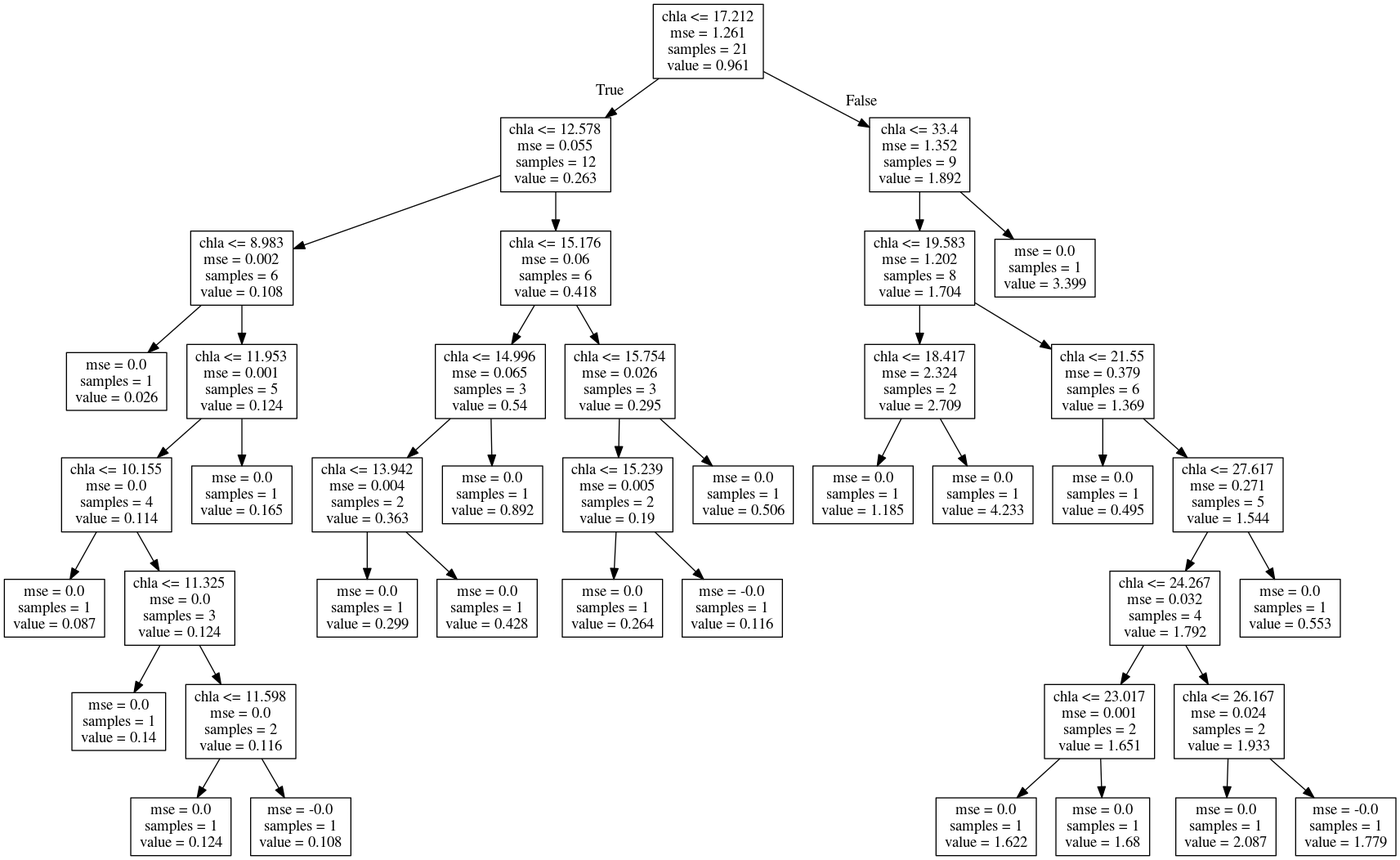
The Graphviz diagram Norway_Morsa/Model_Development/Figures/Discretization_regTrees/aut_Cyano-chla.png in icra/WATExR, before a commit. Its source is kept beside it as Norway_Morsa/Model_Development/Figures/Discretization_regTrees/aut_Cyano-chla.dot.
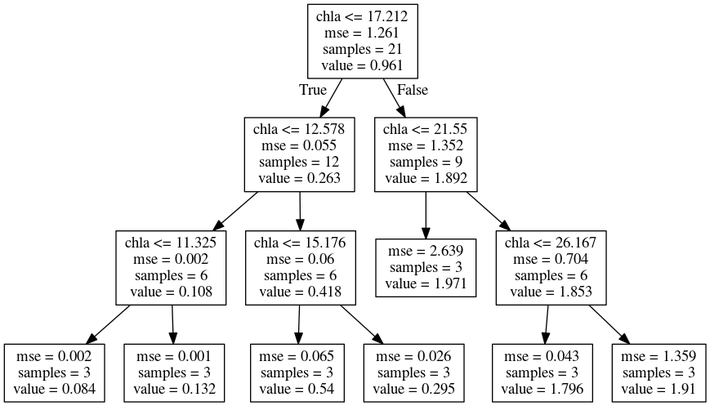
Later version of the same file.

The edit, as a diff of the source:
```diff
@@ -3,82 +3,26 @@
 0 [label="chla <= 17.212\nmse = 1.261\nsamples = 21\nvalue = 0.961"] ;
 1 [label="chla <= 12.578\nmse = 0.055\nsamples = 12\nvalue = 0.263"] ;
 0 -> 1 [labeldistance=2.5, labelangle=45, headlabel="True"] ;
-2 [label="chla <= 8.983\nmse = 0.002\nsamples = 6\nvalue = 0.108"] ;
-1 -> 2 ;
-3 [label="mse = 0.0\nsamples = 1\nvalue = 0.026"] ;
-2 -> 3 ;
-4 [label="chla <= 11.953\nmse = 0.001\nsamples = 5\nvalue = 0.124"] ;
-2 -> 4 ;
-5 [label="chla <= 10.155\nmse = 0.0\nsamples = 4\nvalue = 0.114"] ;
+3 [label="chla <= 11.325\nmse = 0.002\nsamples = 6\nvalue = 0.108"] ;
+1 -> 3 ;
+11 [label="mse = 0.002\nsamples = 3\nvalue = 0.084"] ;
+3 -> 11 ;
+12 [label="mse = 0.001\nsamples = 3\nvalue = 0.132"] ;
+3 -> 12 ;
+4 [label="chla <= 15.176\nmse = 0.06\nsamples = 6\nvalue = 0.418"] ;
+1 -> 4 ;
+5 [label="mse = 0.065\nsamples = 3\nvalue = 0.54"] ;
 4 -> 5 ;
-6 [label="mse = 0.0\nsamples = 1\nvalue = 0.087"] ;
-5 -> 6 ;
-7 [label="chla <= 11.325\nmse = 0.0\nsamples = 3\nvalue = 0.124"] ;
-5 -> 7 ;
-8 [label="mse = 0.0\nsamples = 1\nvalue = 0.14"] ;
-7 -> 8 ;
-9 [label="chla <= 11.598\nmse = 0.0\nsamples = 2\nvalue = 0.116"] ;
-7 -> 9 ;
-10 [label="mse = 0.0\nsamples = 1\nvalue = 0.124"] ;
-9 -> 10 ;
-11 [label="mse = -0.0\nsamples = 1\nvalue = 0.108"] ;
-9 -> 11 ;
-12 [label="mse = 0.0\nsamples = 1\nvalue = 0.165"] ;
-4 -> 12 ;
-13 [label="chla <= 15.176\nmse = 0.06\nsamples = 6\nvalue = 0.418"] ;
-1 -> 13 ;
-14 [label="chla <= 14.996\nmse = 0.065\nsamples = 3\nvalue = 0.54"] ;
-13 -> 14 ;
-15 [label="chla <= 13.942\nmse = 0.004\nsamples = 2\nvalue = 0.363"] ;
-14 -> 15 ;
-16 [label="mse = 0.0\nsamples = 1\nvalue = 0.299"] ;
-15 -> 16 ;
-17 [label="mse = 0.0\nsamples = 1\nvalue = 0.428"] ;
-15 -> 17 ;
-18 [label="mse = 0.0\nsamples = 1\nvalue = 0.892"] ;
-14 -> 18 ;
-19 [label="chla <= 15.754\nmse = 0.026\nsamples = 3\nvalue = 0.295"] ;
-13 -> 19 ;
-20 [label="chla <= 15.239\nmse = 0.005\nsamples = 2\nvalue = 0.19"] ;
-19 -> 20 ;
-21 [label="mse = 0.0\nsamples = 1\nvalue = 0.264"] ;
-20 -> 21 ;
-22 [label="mse = -0.0\nsamples = 1\nvalue = 0.116"] ;
-20 -> 22 ;
-23 [label="mse = 0.0\nsamples = 1\nvalue = 0.506"] ;
-19 -> 23 ;
-24 [label="chla <= 33.4\nmse = 1.352\nsamples = 9\nvalue = 1.892"] ;
-0 -> 24 [labeldistance=2.5, labelangle=-45, headlabel="False"] ;
-25 [label="chla <= 19.583\nmse = 1.202\nsamples = 8\nvalue = 1.704"] ;
-24 -> 25 ;
-26 [label="chla <= 18.417\nmse = 2.324\nsamples = 2\nvalue = 2.709"] ;
-25 -> 26 ;
-27 [label="mse = 0.0\nsamples = 1\nvalue = 1.185"] ;
-26 -> 27 ;
-28 [label="mse = 0.0\nsamples = 1\nvalue = 4.233"] ;
-26 -> 28 ;
-29 [label="chla <= 21.55\nmse = 0.379\nsamples = 6\nvalue = 1.369"] ;
-25 -> 29 ;
-30 [label="mse = 0.0\nsamples = 1\nvalue = 0.495"] ;
-29 -> 30 ;
-31 [label="chla <= 27.617\nmse = 0.271\nsamples = 5\nvalue = 1.544"] ;
-29 -> 31 ;
-32 [label="chla <= 24.267\nmse = 0.032\nsamples = 4\nvalue = 1.792"] ;
-31 -> 32 ;
-33 [label="chla <= 23.017\nmse = 0.001\nsamples = 2\nvalue = 1.651"] ;
-32 -> 33 ;
-34 [label="mse = 0.0\nsamples = 1\nvalue = 1.622"] ;
-33 -> 34 ;
-35 [label="mse = 0.0\nsamples = 1\nvalue = 1.68"] ;
-33 -> 35 ;
-36 [label="chla <= 26.167\nmse = 0.024\nsamples = 2\nvalue = 1.933"] ;
-32 -> 36 ;
-37 [label="mse = 0.0\nsamples = 1\nvalue = 2.087"] ;
-36 -> 37 ;
-38 [label="mse = -0.0\nsamples = 1\nvalue = 1.779"] ;
-36 -> 38 ;
-39 [label="mse = 0.0\nsamples = 1\nvalue = 0.553"] ;
-31 -> 39 ;
-40 [label="mse = 0.0\nsamples = 1\nvalue = 3.399"] ;
-24 -> 40 ;
+6 [label="mse = 0.026\nsamples = 3\nvalue = 0.295"] ;
+4 -> 6 ;
+2 [label="chla <= 21.55\nmse = 1.352\nsamples = 9\nvalue = 1.892"] ;
+0 -> 2 [labeldistance=2.5, labelangle=-45, headlabel="False"] ;
+7 [label="mse = 2.639\nsamples = 3\nvalue = 1.971"] ;
+2 -> 7 ;
+8 [label="chla <= 26.167\nmse = 0.704\nsamples = 6\nvalue = 1.853"] ;
+2 -> 8 ;
+9 [label="mse = 0.043\nsamples = 3\nvalue = 1.796"] ;
+8 -> 9 ;
+10 [label="mse = 1.359\nsamples = 3\nvalue = 1.91"] ;
+8 -> 10 ;
 }
```
